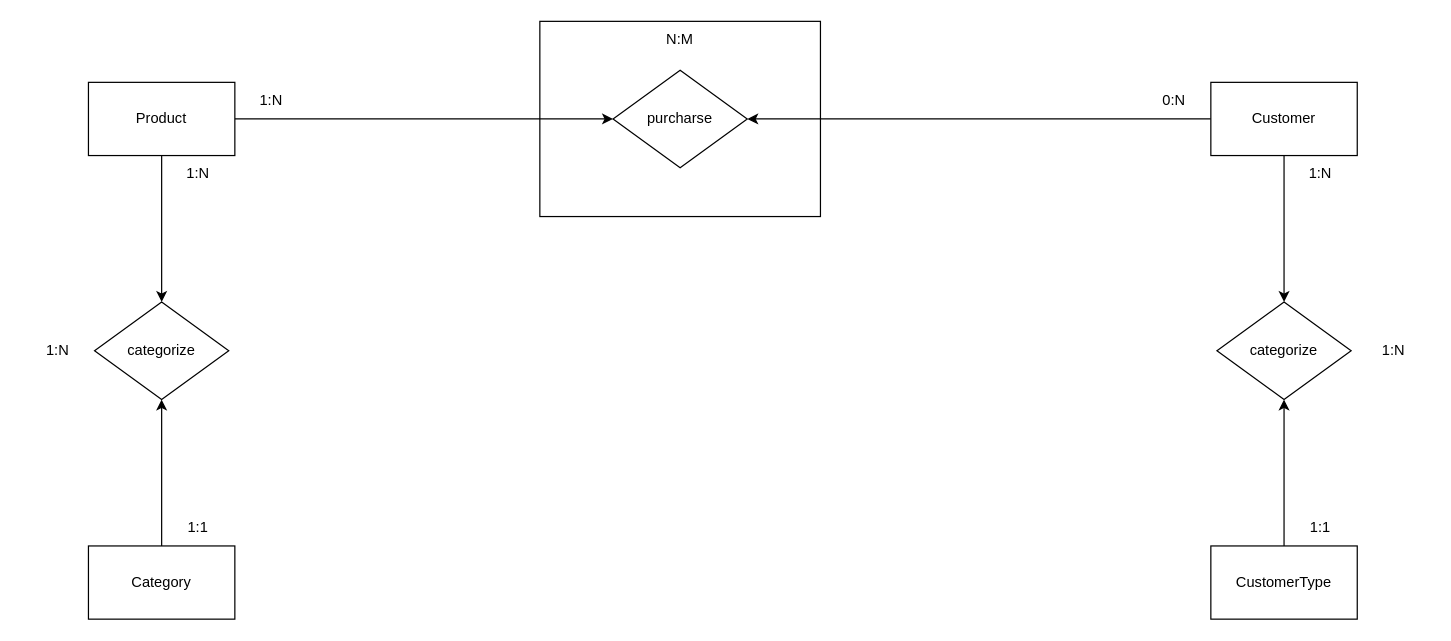
This is Sells/ProductSell.drawio from ferfcb99/ElizabethClasses, a draw.io file, before an edit. Source tidied: cells renumbered, new cells numbered last; positions are measured from the earlier drawing's top-left corner, leaving out a move shared by most shapes. Both pictures are drawn from the tidied source at 122%, with x=0, y=0 at pixel (21, 21).
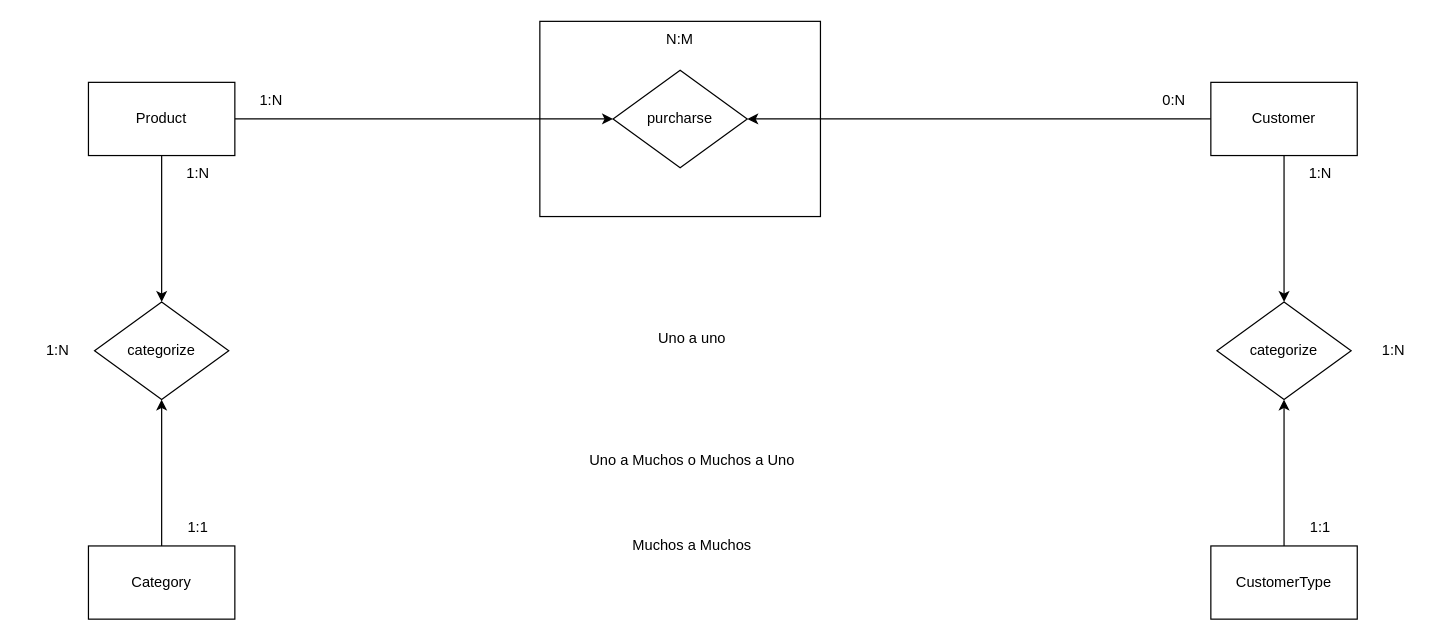
Above is the later version.

Commit message (it also covers changes not shown here):
Se agregan tablas de nueva base de datos

Diff of the diagram source:
```diff
@@
+    <mxCell id="25" value="Uno a Muchos o Muchos a Uno" style="text;html=1;whiteSpace=wrap;strokeColor=none;fillColor=none;align=center;verticalAlign=middle;rounded=0;" parent="1" vertex="1">
+      <mxGeometry x="405" y="320" width="290" height="80" as="geometry" />
+    </mxCell>
+    <mxCell id="26" value="Uno a uno" style="text;html=1;whiteSpace=wrap;strokeColor=none;fillColor=none;align=center;verticalAlign=middle;rounded=0;" parent="1" vertex="1">
+      <mxGeometry x="405" y="220" width="290" height="80" as="geometry" />
+    </mxCell>
+    <mxCell id="27" value="Muchos a Muchos" style="text;html=1;whiteSpace=wrap;strokeColor=none;fillColor=none;align=center;verticalAlign=middle;rounded=0;" parent="1" vertex="1">
+      <mxGeometry x="405" y="390" width="290" height="80" as="geometry" />
+    </mxCell>
```
